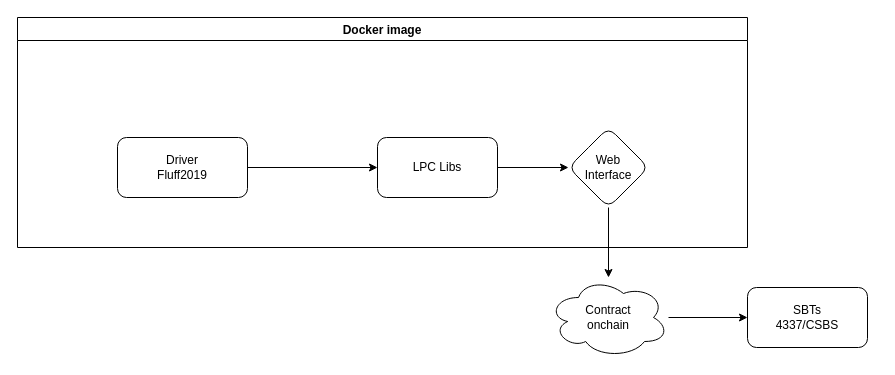
twinsant/ethos keeps this draw.io diagram as page "page2" (2 of 2) of docs/Textverse.drawio. Above is the earlier version. Source tidied: cells renumbered, new cells numbered last; positions are measured from the earlier drawing's top-left corner, leaving out a move shared by most shapes. Both pictures are drawn from the tidied source at 100%, with x=0, y=0 at pixel (17, 17).
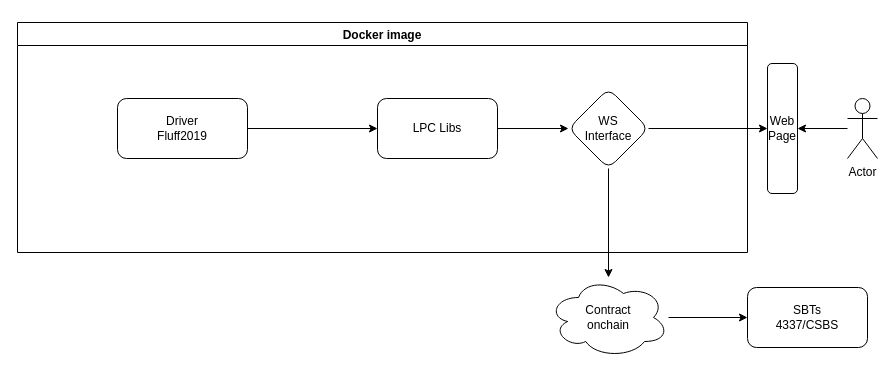
The same diagram, later.

Diff of the diagram source:
```diff
@@
 <mxGraphModel>
   <root>
     <mxCell id="0" />
     <mxCell id="1" parent="0" />
     <mxCell id="2" value="Docker image" style="swimlane;" parent="1" vertex="1">
-      <mxGeometry width="730" height="230" as="geometry" />
+      <mxGeometry y="5" width="730" height="230" as="geometry" />
     </mxCell>
     <mxCell id="3" style="edgeStyle=orthogonalEdgeStyle;rounded=0;jettySize=auto;html=1;" parent="2" edge="1" source="4" target="6">
       <mxGeometry relative="1" as="geometry" />
     </mxCell>
     <mxCell id="4" value="Driver&lt;br&gt;Fluff2019" style="rounded=1;whiteSpace=wrap;html=1;" parent="2" vertex="1">
-      <mxGeometry x="100" y="120" width="130" height="60" as="geometry" />
+      <mxGeometry x="100" y="76" width="130" height="60" as="geometry" />
     </mxCell>
     <mxCell id="5" style="edgeStyle=orthogonalEdgeStyle;rounded=0;jettySize=auto;html=1;" parent="2" edge="1" source="6" target="7">
       <mxGeometry relative="1" as="geometry" />
     </mxCell>
     <mxCell id="6" value="LPC Libs" style="rounded=1;whiteSpace=wrap;html=1;" parent="2" vertex="1">
-      <mxGeometry x="360" y="120" width="120" height="60" as="geometry" />
+      <mxGeometry x="360" y="76" width="120" height="60" as="geometry" />
     </mxCell>
-    <mxCell id="7" value="Web&lt;br&gt;Interface" style="rhombus;whiteSpace=wrap;html=1;rounded=1;" parent="2" vertex="1">
-      <mxGeometry x="551" y="110" width="80" height="80" as="geometry" />
+    <mxCell id="7" value="WS&lt;br&gt;Interface" style="rhombus;whiteSpace=wrap;html=1;rounded=1;" parent="2" vertex="1">
+      <mxGeometry x="551" y="66" width="80" height="80" as="geometry" />
     </mxCell>
     <mxCell id="8" value="SBTs&lt;br&gt;4337/CSBS" style="rounded=1;whiteSpace=wrap;html=1;" parent="1" vertex="1">
       <mxGeometry x="730" y="270" width="120" height="60" as="geometry" />
     </mxCell>
     <mxCell id="9" style="edgeStyle=orthogonalEdgeStyle;rounded=0;jettySize=auto;html=1;" parent="1" edge="1" source="10" target="8">
       <mxGeometry relative="1" as="geometry" />
     </mxCell>
     <mxCell id="10" value="Contract&lt;br&gt;onchain" style="ellipse;shape=cloud;whiteSpace=wrap;html=1;" parent="1" vertex="1">
       <mxGeometry x="531" y="260" width="120" height="80" as="geometry" />
     </mxCell>
     <mxCell id="11" style="edgeStyle=orthogonalEdgeStyle;rounded=0;jettySize=auto;html=1;" parent="1" edge="1" source="7" target="10">
       <mxGeometry relative="1" as="geometry" />
     </mxCell>
+    <mxCell id="12" style="edgeStyle=orthogonalEdgeStyle;rounded=0;jettySize=auto;html=1;" parent="1" edge="1" source="13" target="14">
+      <mxGeometry relative="1" as="geometry" />
+    </mxCell>
+    <mxCell id="13" value="Actor" style="shape=umlActor;verticalLabelPosition=bottom;verticalAlign=top;html=1;outlineConnect=0;" parent="1" vertex="1">
+      <mxGeometry x="830" y="81" width="30" height="60" as="geometry" />
+    </mxCell>
+    <mxCell id="14" value="Web&lt;br&gt;Page" style="rounded=1;whiteSpace=wrap;html=1;" parent="1" vertex="1">
+      <mxGeometry x="750" y="46" width="30" height="130" as="geometry" />
+    </mxCell>
+    <mxCell id="15" style="edgeStyle=orthogonalEdgeStyle;rounded=0;jettySize=auto;html=1;" parent="1" edge="1" source="7" target="14">
+      <mxGeometry relative="1" as="geometry" />
+    </mxCell>
   </root>
 </mxGraphModel>
```
